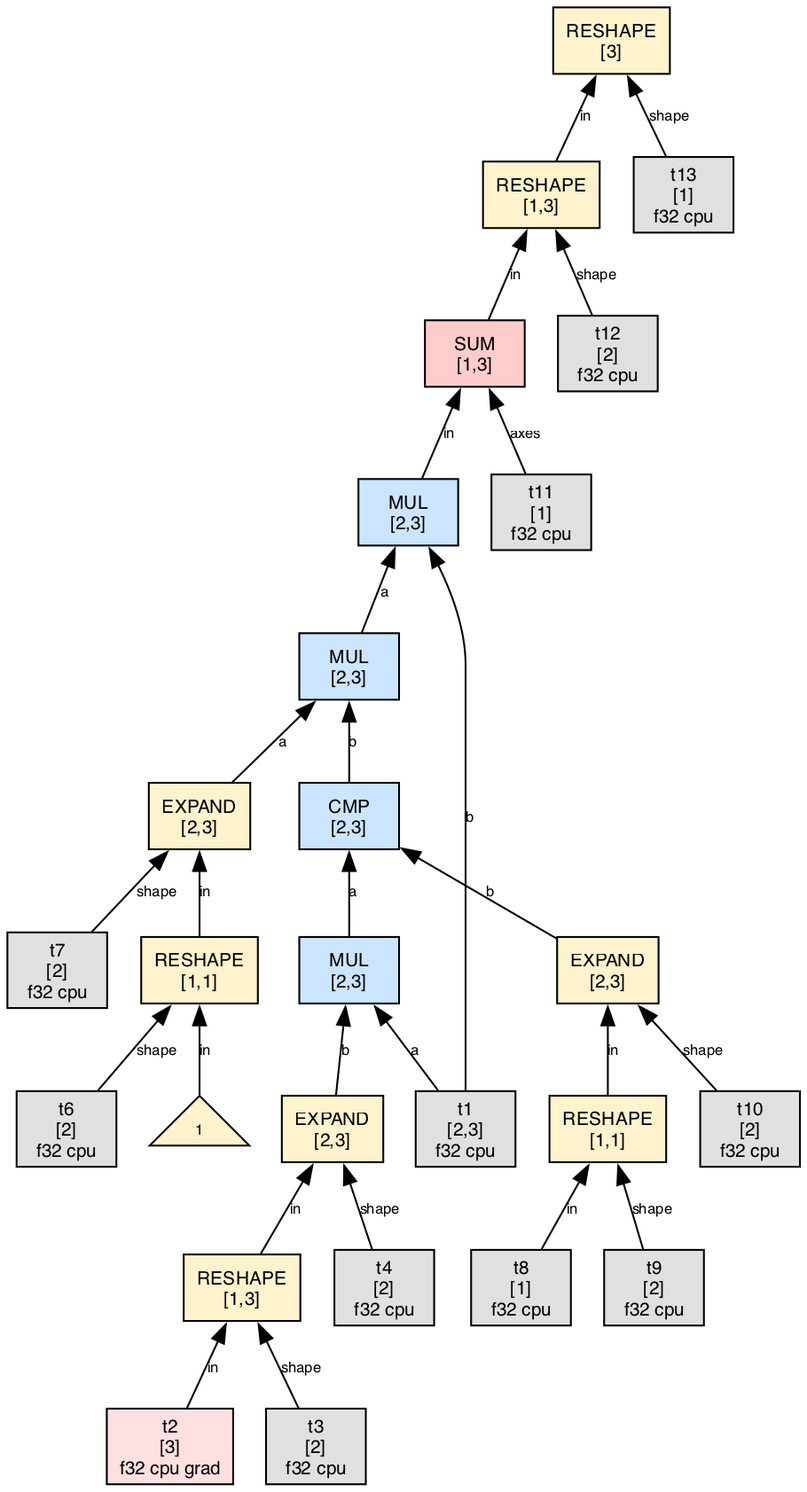
Before: phase1_graphs/tiny_single_param_keep/step_053_state_final.png, a diagram exported from Graphviz (sw1sh/TinyHVM). Its source is kept beside it as phase1_graphs/tiny_single_param_keep/step_053_state_final.dot. The source it was exported from:
```dot
digraph G {
  rankdir=BT;
  node [fontname="Helvetica", fontsize=10, style=filled, shape=box, margin="0.1,0.05"];
  edge [fontsize=8, fontname="Helvetica"];

  n111 [label="RESHAPE\n[3]", shape=box, fillcolor="#fff3cd"];
  n95 -> n111 [label="in"];
  t13 [label="t13\n[1]\nf32 cpu",shape=box,fillcolor="#e0e0e0"];
  t13 -> n111 [label="shape"];
  n78 [label="MUL\n[2,3]", shape=box, fillcolor="#cce5ff"];
  n119 -> n78 [label="a"];
  n124 -> n78 [label="b"];
  n119 [label="EXPAND\n[2,3]", shape=box, fillcolor="#fff3cd"];
  n136 -> n119 [label="in"];
  t7 [label="t7\n[2]\nf32 cpu",shape=box,fillcolor="#e0e0e0"];
  t7 -> n119 [label="shape"];
  n124 [label="CMP\n[2,3]", shape=box, fillcolor="#cce5ff"];
  n142 -> n124 [label="a"];
  n147 -> n124 [label="b"];
  n63 [label="MUL\n[2,3]", shape=box, fillcolor="#cce5ff"];
  n78 -> n63 [label="a"];
  t1 [label="t1\n[2,3]\nf32 cpu",shape=box,fillcolor="#e0e0e0"];
  t1 -> n63 [label="b"];
  n91 [label="SUM\n[1,3]", shape=box, fillcolor="#ffcccc"];
  n63 -> n91 [label="in"];
  t11 [label="t11\n[1]\nf32 cpu",shape=box,fillcolor="#e0e0e0"];
  t11 -> n91 [label="axes"];
  n95 [label="RESHAPE\n[1,3]", shape=box, fillcolor="#fff3cd"];
  n91 -> n95 [label="in"];
  t12 [label="t12\n[2]\nf32 cpu",shape=box,fillcolor="#e0e0e0"];
  t12 -> n95 [label="shape"];
  n136 [label="RESHAPE\n[1,1]", shape=box, fillcolor="#fff3cd"];
  num136_0 [label="1",shape=triangle,fillcolor="#fff2cc",fontsize=8];
  num136_0 -> n136 [label="in"];
  t6 [label="t6\n[2]\nf32 cpu",shape=box,fillcolor="#e0e0e0"];
  t6 -> n136 [label="shape"];
  n142 [label="MUL\n[2,3]", shape=box, fillcolor="#cce5ff"];
  t1 -> n142 [label="a"];
  n160 -> n142 [label="b"];
  n147 [label="EXPAND\n[2,3]", shape=box, fillcolor="#fff3cd"];
  n165 -> n147 [label="in"];
  t10 [label="t10\n[2]\nf32 cpu",shape=box,fillcolor="#e0e0e0"];
  t10 -> n147 [label="shape"];
  n160 [label="EXPAND\n[2,3]", shape=box, fillcolor="#fff3cd"];
  n175 -> n160 [label="in"];
  t4 [label="t4\n[2]\nf32 cpu",shape=box,fillcolor="#e0e0e0"];
  t4 -> n160 [label="shape"];
  n165 [label="RESHAPE\n[1,1]", shape=box, fillcolor="#fff3cd"];
  t8 [label="t8\n[1]\nf32 cpu",shape=box,fillcolor="#e0e0e0"];
  t8 -> n165 [label="in"];
  t9 [label="t9\n[2]\nf32 cpu",shape=box,fillcolor="#e0e0e0"];
  t9 -> n165 [label="shape"];
  n175 [label="RESHAPE\n[1,3]", shape=box, fillcolor="#fff3cd"];
  t2 [label="t2\n[3]\nf32 cpu grad",shape=box,fillcolor="#ffe0e0"];
  t2 -> n175 [label="in"];
  t3 [label="t3\n[2]\nf32 cpu",shape=box,fillcolor="#e0e0e0"];
  t3 -> n175 [label="shape"];
}
```
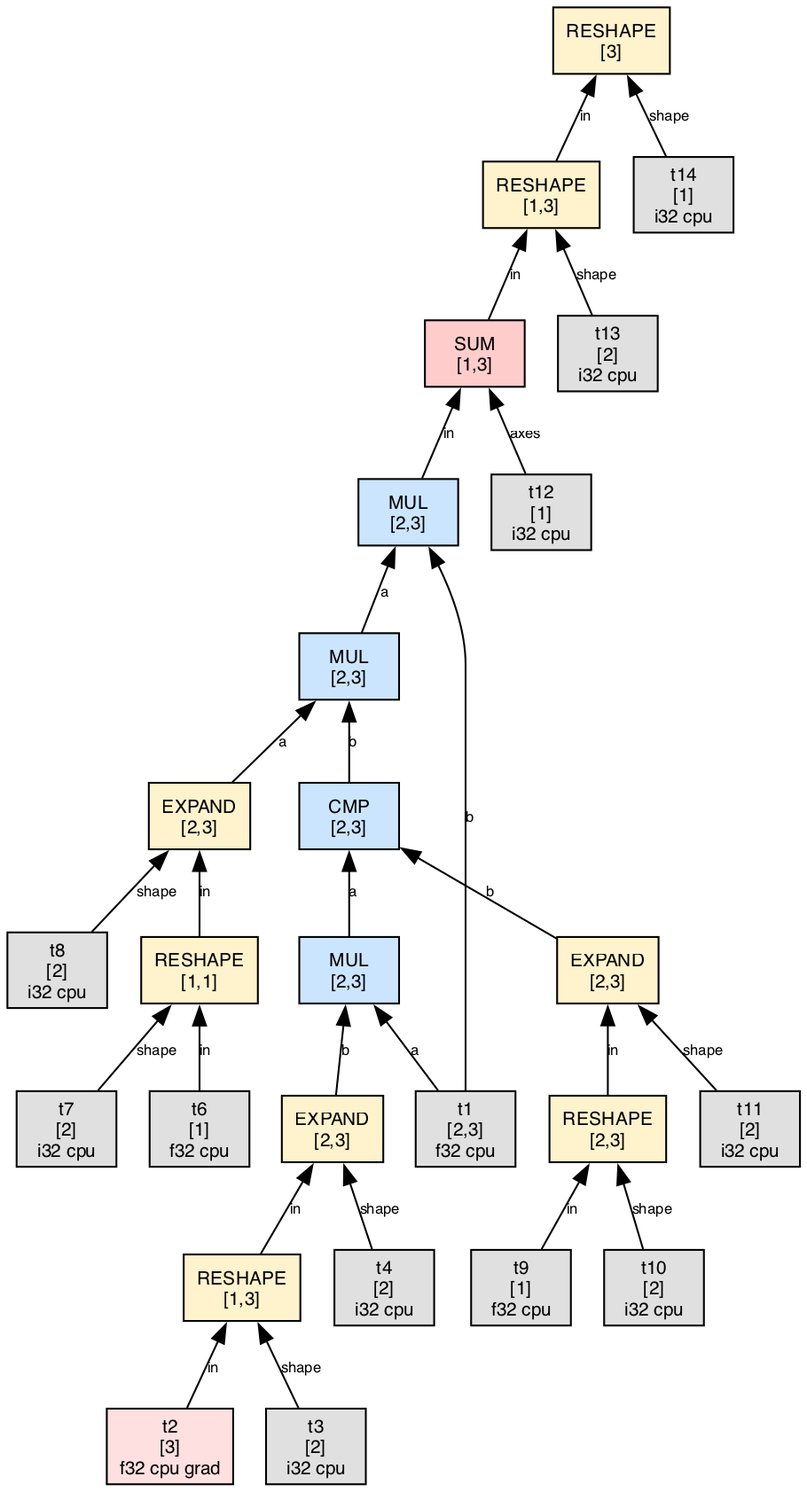
The same file after the commit.

The edit, as a diff of the source:
```diff
@@ -5,15 +5,15 @@
 
   n111 [label="RESHAPE\n[3]", shape=box, fillcolor="#fff3cd"];
   n95 -> n111 [label="in"];
-  t13 [label="t13\n[1]\nf32 cpu",shape=box,fillcolor="#e0e0e0"];
-  t13 -> n111 [label="shape"];
+  t14 [label="t14\n[1]\ni32 cpu",shape=box,fillcolor="#e0e0e0"];
+  t14 -> n111 [label="shape"];
   n78 [label="MUL\n[2,3]", shape=box, fillcolor="#cce5ff"];
   n119 -> n78 [label="a"];
   n124 -> n78 [label="b"];
   n119 [label="EXPAND\n[2,3]", shape=box, fillcolor="#fff3cd"];
   n136 -> n119 [label="in"];
-  t7 [label="t7\n[2]\nf32 cpu",shape=box,fillcolor="#e0e0e0"];
-  t7 -> n119 [label="shape"];
+  t8 [label="t8\n[2]\ni32 cpu",shape=box,fillcolor="#e0e0e0"];
+  t8 -> n119 [label="shape"];
   n124 [label="CMP\n[2,3]", shape=box, fillcolor="#cce5ff"];
   n142 -> n124 [label="a"];
   n147 -> n124 [label="b"];
@@ -23,36 +23,36 @@
   t1 -> n63 [label="b"];
   n91 [label="SUM\n[1,3]", shape=box, fillcolor="#ffcccc"];
   n63 -> n91 [label="in"];
-  t11 [label="t11\n[1]\nf32 cpu",shape=box,fillcolor="#e0e0e0"];
-  t11 -> n91 [label="axes"];
+  t12 [label="t12\n[1]\ni32 cpu",shape=box,fillcolor="#e0e0e0"];
+  t12 -> n91 [label="axes"];
   n95 [label="RESHAPE\n[1,3]", shape=box, fillcolor="#fff3cd"];
   n91 -> n95 [label="in"];
-  t12 [label="t12\n[2]\nf32 cpu",shape=box,fillcolor="#e0e0e0"];
-  t12 -> n95 [label="shape"];
+  t13 [label="t13\n[2]\ni32 cpu",shape=box,fillcolor="#e0e0e0"];
+  t13 -> n95 [label="shape"];
   n136 [label="RESHAPE\n[1,1]", shape=box, fillcolor="#fff3cd"];
-  num136_0 [label="1",shape=triangle,fillcolor="#fff2cc",fontsize=8];
-  num136_0 -> n136 [label="in"];
-  t6 [label="t6\n[2]\nf32 cpu",shape=box,fillcolor="#e0e0e0"];
-  t6 -> n136 [label="shape"];
+  t6 [label="t6\n[1]\nf32 cpu",shape=box,fillcolor="#e0e0e0"];
+  t6 -> n136 [label="in"];
+  t7 [label="t7\n[2]\ni32 cpu",shape=box,fillcolor="#e0e0e0"];
+  t7 -> n136 [label="shape"];
   n142 [label="MUL\n[2,3]", shape=box, fillcolor="#cce5ff"];
   t1 -> n142 [label="a"];
   n160 -> n142 [label="b"];
   n147 [label="EXPAND\n[2,3]", shape=box, fillcolor="#fff3cd"];
   n165 -> n147 [label="in"];
-  t10 [label="t10\n[2]\nf32 cpu",shape=box,fillcolor="#e0e0e0"];
-  t10 -> n147 [label="shape"];
+  t11 [label="t11\n[2]\ni32 cpu",shape=box,fillcolor="#e0e0e0"];
+  t11 -> n147 [label="shape"];
   n160 [label="EXPAND\n[2,3]", shape=box, fillcolor="#fff3cd"];
   n175 -> n160 [label="in"];
-  t4 [label="t4\n[2]\nf32 cpu",shape=box,fillcolor="#e0e0e0"];
+  t4 [label="t4\n[2]\ni32 cpu",shape=box,fillcolor="#e0e0e0"];
   t4 -> n160 [label="shape"];
-  n165 [label="RESHAPE\n[1,1]", shape=box, fillcolor="#fff3cd"];
-  t8 [label="t8\n[1]\nf32 cpu",shape=box,fillcolor="#e0e0e0"];
-  t8 -> n165 [label="in"];
-  t9 [label="t9\n[2]\nf32 cpu",shape=box,fillcolor="#e0e0e0"];
-  t9 -> n165 [label="shape"];
+  n165 [label="RESHAPE\n[2,3]", shape=box, fillcolor="#fff3cd"];
+  t9 [label="t9\n[1]\nf32 cpu",shape=box,fillcolor="#e0e0e0"];
+  t9 -> n165 [label="in"];
+  t10 [label="t10\n[2]\ni32 cpu",shape=box,fillcolor="#e0e0e0"];
+  t10 -> n165 [label="shape"];
   n175 [label="RESHAPE\n[1,3]", shape=box, fillcolor="#fff3cd"];
   t2 [label="t2\n[3]\nf32 cpu grad",shape=box,fillcolor="#ffe0e0"];
   t2 -> n175 [label="in"];
-  t3 [label="t3\n[2]\nf32 cpu",shape=box,fillcolor="#e0e0e0"];
+  t3 [label="t3\n[2]\ni32 cpu",shape=box,fillcolor="#e0e0e0"];
   t3 -> n175 [label="shape"];
 }
```
